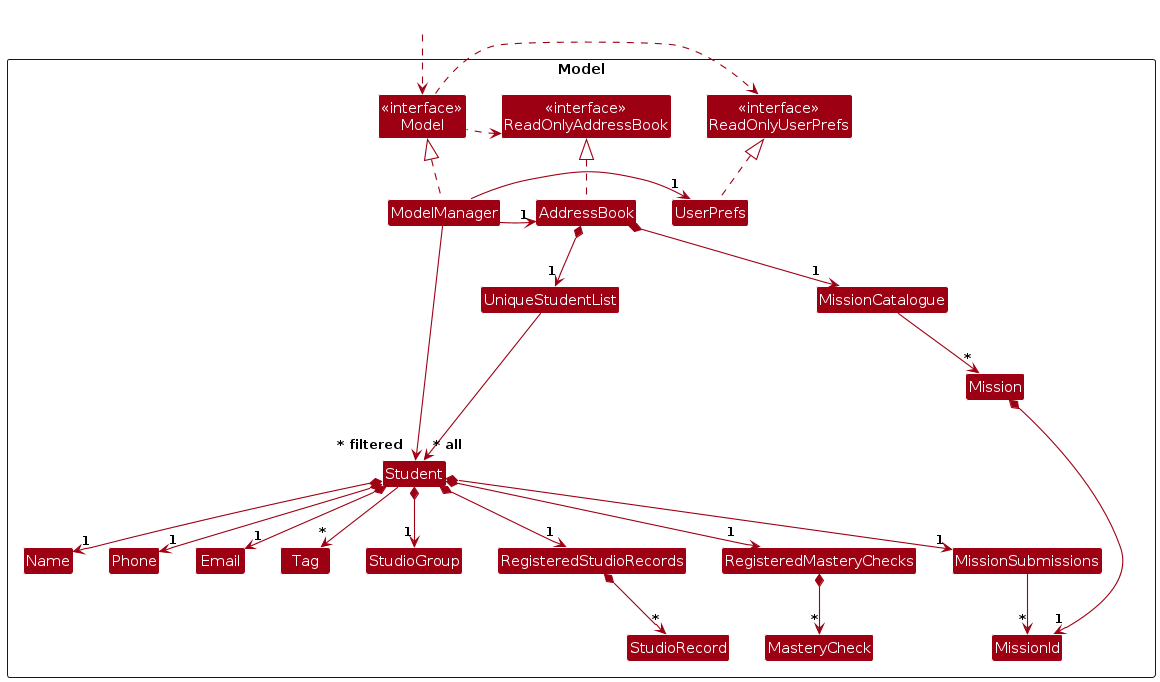
Above: diagrams/ModelClassDiagram.png in AY2627S1-CS2103T-F14a-1/tp (PlantUML), before the change. Its source is kept beside it as diagrams/ModelClassDiagram.puml.
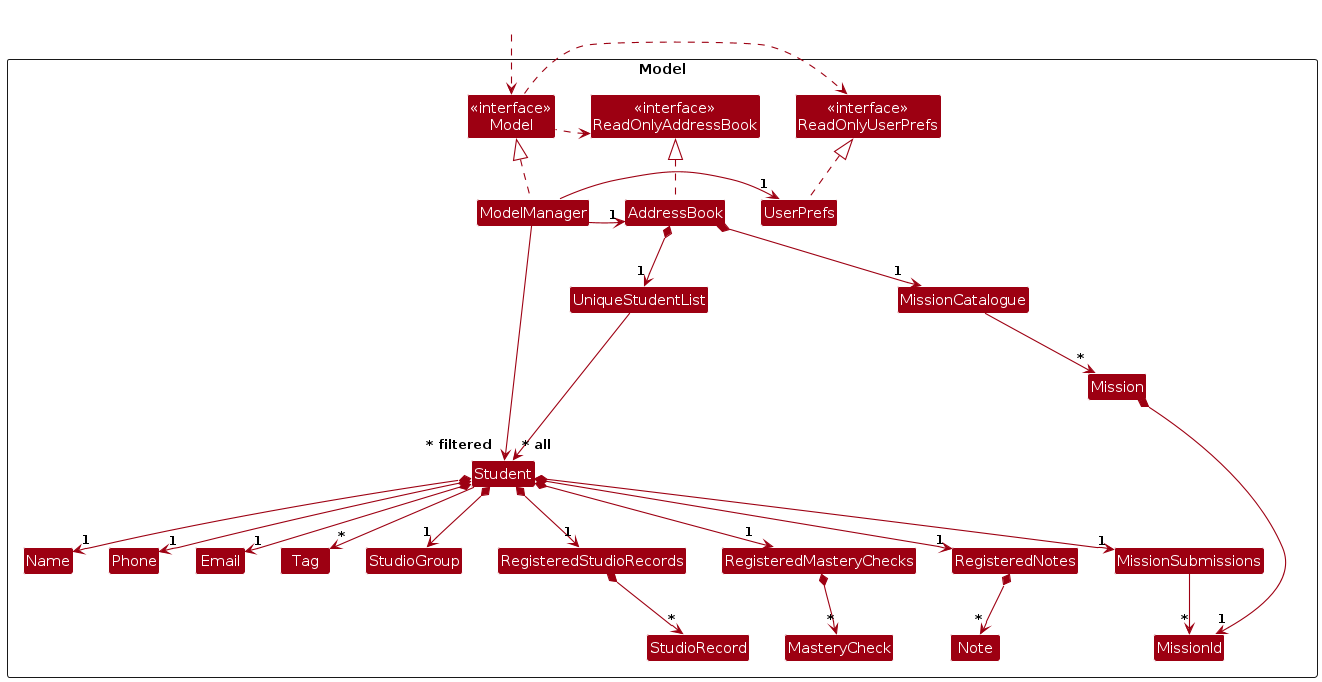
Above is the later version.

What changed in the source:
```diff
@@ -23,6 +23,8 @@
 Class StudioRecord
 Class RegisteredMasteryChecks
 Class MasteryCheck
+Class RegisteredNotes
+Class Note
 Class MissionSubmissions
 Class MissionCatalogue
 Class Mission
@@ -58,8 +60,10 @@
 Student *--> "1" RegisteredStudioRecords
 Student *--> "1" MissionSubmissions
 Student *--> "1" RegisteredMasteryChecks
+Student *--> "1" RegisteredNotes
 
 RegisteredMasteryChecks *-down-> "*" MasteryCheck
+RegisteredNotes *-down-> "*" Note
 MissionSubmissions -down-> "*" MissionId
 RegisteredStudioRecords *--> "*" StudioRecord
 
@@ -75,8 +79,10 @@
 Tag -[hidden]right-> StudioGroup
 StudioGroup -[hidden]right-> RegisteredStudioRecords
 RegisteredStudioRecords -[hidden]right-> RegisteredMasteryChecks
+RegisteredMasteryChecks -[hidden]right-> RegisteredNotes
 
 MissionId -[hidden]right-> StudioRecord
 StudioRecord -[hidden]right-> MasteryCheck
+MasteryCheck -[hidden]right-> Note
 
 @enduml
```
